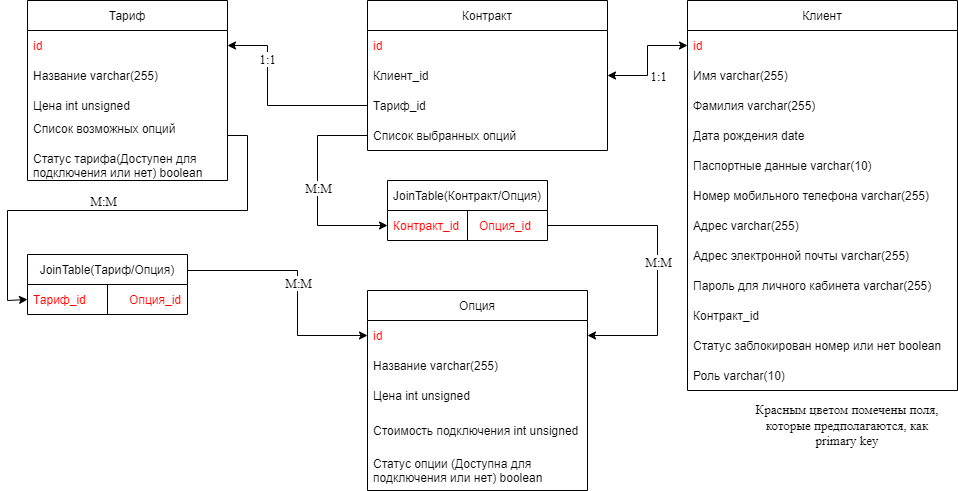
Before: database/database_scheme.png, a diagram exported from draw.io (mrKust/MobileOperatorJavaSchoolT). Source tidied: cells renumbered, new cells last; positions are measured from the earlier drawing's top-left corner, leaving out a move shared by most shapes.
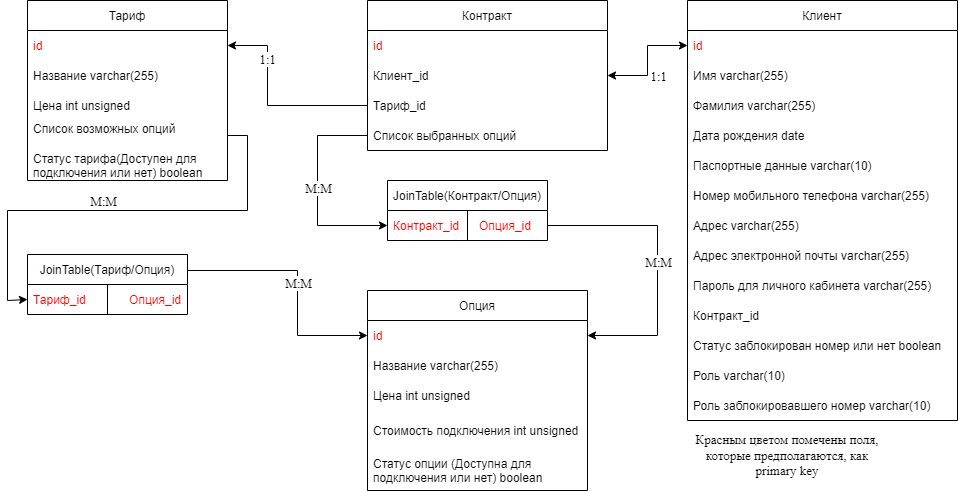
After the change.

Change to the diagram source:
```diff
@@ -39,7 +39,7 @@
       <mxGeometry y="160" width="220" height="40" as="geometry" />
     </mxCell>
     <mxCell id="14" value="Клиент" style="swimlane;fontStyle=0;horizontal=1;startSize=30;fontColor=#000000;" parent="1" vertex="1">
-      <mxGeometry x="680" width="270" height="390" as="geometry" />
+      <mxGeometry x="680" width="270" height="420" as="geometry" />
     </mxCell>
     <mxCell id="15" value="id" style="text;strokeColor=none;fillColor=none;align=left;verticalAlign=middle;spacingLeft=4;spacingRight=4;overflow=hidden;points=[[0,0.5],[1,0.5]];portConstraint=eastwest;fontColor=#FF0000;" parent="14" vertex="1">
       <mxGeometry y="30" width="270" height="30" as="geometry" />
@@ -77,6 +77,9 @@
     <mxCell id="26" value="Роль varchar(10)" style="text;strokeColor=none;fillColor=none;align=left;verticalAlign=middle;spacingLeft=4;spacingRight=4;overflow=hidden;fontColor=#000000;" parent="14" vertex="1">
       <mxGeometry y="360" width="270" height="30" as="geometry" />
     </mxCell>
+    <mxCell id="51" value="Роль заблокировавшего номер varchar(10)" style="text;strokeColor=none;fillColor=none;align=left;verticalAlign=middle;spacingLeft=4;spacingRight=4;overflow=hidden;fontColor=#000000;" parent="14" vertex="1">
+      <mxGeometry y="390" width="270" height="30" as="geometry" />
+    </mxCell>
     <mxCell id="27" value="Контракт" style="swimlane;fontStyle=0;horizontal=1;startSize=30;fontColor=#000000;" parent="1" vertex="1">
       <mxGeometry x="360" width="240" height="150" as="geometry" />
     </mxCell>
@@ -117,7 +120,7 @@
       <mxGeometry x="259" y="58" as="geometry" />
     </mxCell>
     <mxCell id="36" value="Красным цветом помечены поля, которые предполагаются, как primary key" style="text;html=1;strokeColor=none;fillColor=none;align=center;verticalAlign=middle;whiteSpace=wrap;rounded=0;fontFamily=Times New Roman;fontSize=13;fontColor=#000000;" parent="1" vertex="1">
-      <mxGeometry x="740" y="410" width="200" height="30" as="geometry" />
+      <mxGeometry x="680" y="440" width="200" height="30" as="geometry" />
     </mxCell>
     <mxCell id="37" style="endArrow=classic;html=1;rounded=0;entryX=0;entryY=0.5;entryDx=0;entryDy=0;edgeStyle=orthogonalEdgeStyle;fontFamily=Times New Roman;exitX=0;exitY=0.5;exitDx=0;exitDy=0;" parent="1" edge="1" source="31" target="43">
       <mxGeometry relative="1" as="geometry">
```
